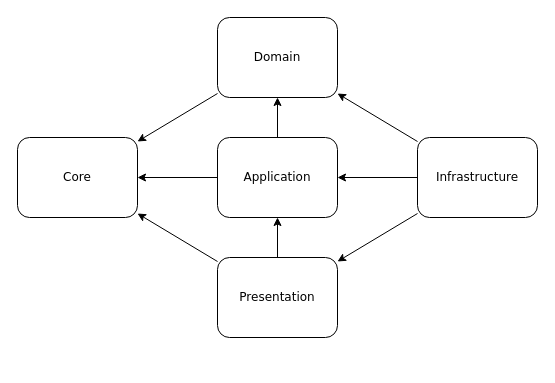
Above: books/ushibutatory-gamedev-5/architecture-layers.drawio in ushibutatory/tech-images (draw.io), before the change. Source tidied: cells renumbered, new cells numbered last; positions are measured from the earlier drawing's top-left corner, leaving out a move shared by most shapes. Both pictures are drawn from the tidied source at 100%, with x=0, y=0 at pixel (17, 17).
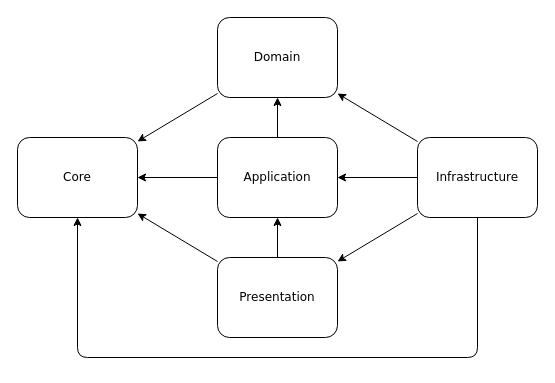
The same page after the edit.

The edit, as a diff of the source:
```diff
@@
 <mxGraphModel background="#ffffff">
   <root>
     <mxCell id="0" />
     <mxCell id="1" parent="0" />
     <mxCell id="2" value="Core" style="rounded=1;whiteSpace=wrap;html=1;fontFamily=Verdana;" parent="1" vertex="1">
       <mxGeometry y="120" width="120" height="80" as="geometry" />
     </mxCell>
     <mxCell id="3" value="Domain" style="rounded=1;whiteSpace=wrap;html=1;fontFamily=Verdana;" parent="1" vertex="1">
       <mxGeometry x="200" width="120" height="80" as="geometry" />
     </mxCell>
     <mxCell id="4" value="Application" style="rounded=1;whiteSpace=wrap;html=1;fontFamily=Verdana;" parent="1" vertex="1">
       <mxGeometry x="200" y="120" width="120" height="80" as="geometry" />
     </mxCell>
     <mxCell id="5" value="Presentation" style="rounded=1;whiteSpace=wrap;html=1;fontFamily=Verdana;" parent="1" vertex="1">
       <mxGeometry x="200" y="240" width="120" height="80" as="geometry" />
     </mxCell>
     <mxCell id="6" value="Infrastructure" style="rounded=1;whiteSpace=wrap;html=1;fontFamily=Verdana;" parent="1" vertex="1">
       <mxGeometry x="400" y="120" width="120" height="80" as="geometry" />
     </mxCell>
     <mxCell id="7" style="endArrow=classic;html=1;" parent="1" edge="1" source="3" target="2">
       <mxGeometry relative="1" as="geometry" />
     </mxCell>
     <mxCell id="8" style="endArrow=classic;html=1;" parent="1" edge="1" source="4" target="2">
       <mxGeometry relative="1" as="geometry" />
     </mxCell>
     <mxCell id="9" style="endArrow=classic;html=1;" parent="1" edge="1" source="5" target="2">
       <mxGeometry relative="1" as="geometry" />
     </mxCell>
     <mxCell id="10" style="endArrow=classic;html=1;" parent="1" edge="1" source="6" target="3">
       <mxGeometry relative="1" as="geometry" />
     </mxCell>
     <mxCell id="11" style="endArrow=classic;html=1;" parent="1" edge="1" source="6" target="4">
       <mxGeometry relative="1" as="geometry" />
     </mxCell>
     <mxCell id="12" style="endArrow=classic;html=1;" parent="1" edge="1" source="6" target="5">
       <mxGeometry relative="1" as="geometry" />
     </mxCell>
     <mxCell id="13" style="endArrow=classic;html=1;" parent="1" edge="1" source="5" target="4">
       <mxGeometry relative="1" as="geometry" />
     </mxCell>
     <mxCell id="14" style="endArrow=classic;html=1;" parent="1" edge="1" source="4" target="3">
       <mxGeometry relative="1" as="geometry" />
     </mxCell>
+    <mxCell id="15" style="endArrow=classic;html=1;" parent="1" edge="1" source="6" target="2">
+      <mxGeometry relative="1" as="geometry">
+        <Array as="points">
+          <mxPoint x="460" y="340" />
+          <mxPoint x="60" y="340" />
+        </Array>
+      </mxGeometry>
+    </mxCell>
   </root>
 </mxGraphModel>
```
